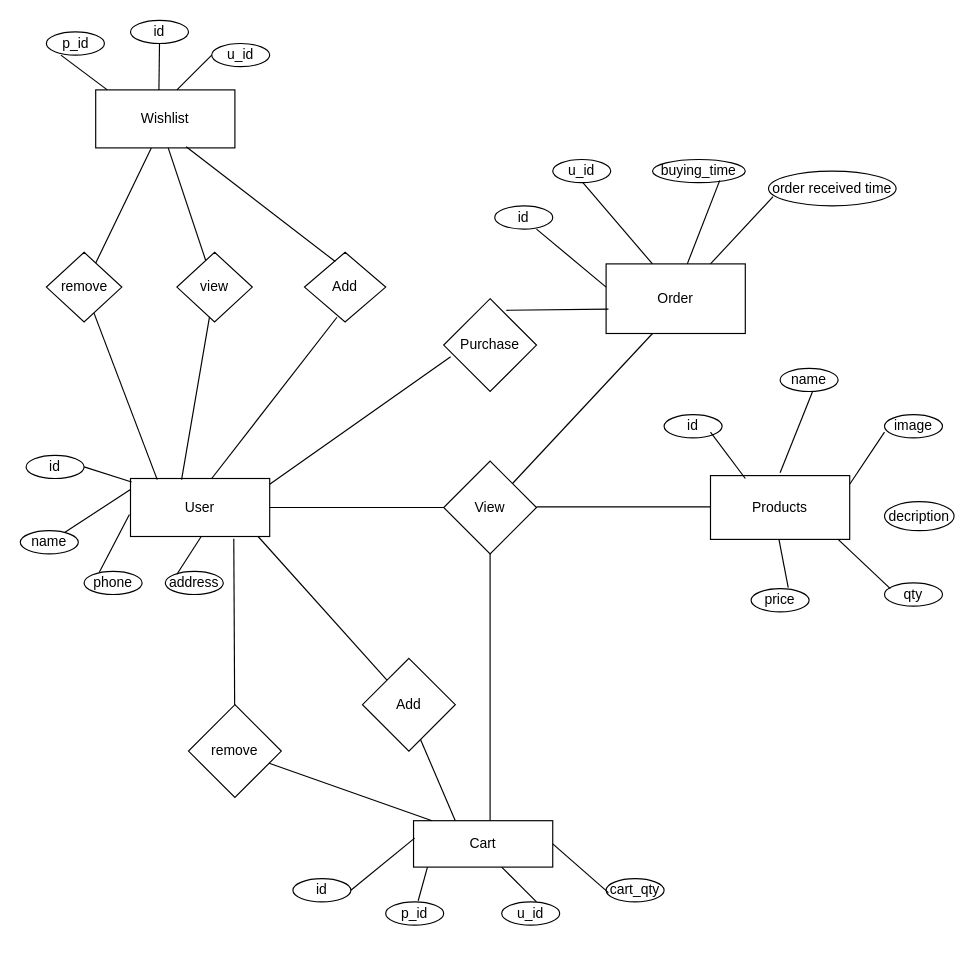
Above: Documentation/diagrams/erd.drawio in bhargav-vagadiya/flowshop (draw.io), before the change. Source tidied: cells renumbered, new cells numbered last; positions are measured from the earlier drawing's top-left corner, leaving out a move shared by most shapes. Both pictures are drawn from the tidied source at 116%, with x=0, y=0 at pixel (20, 20).
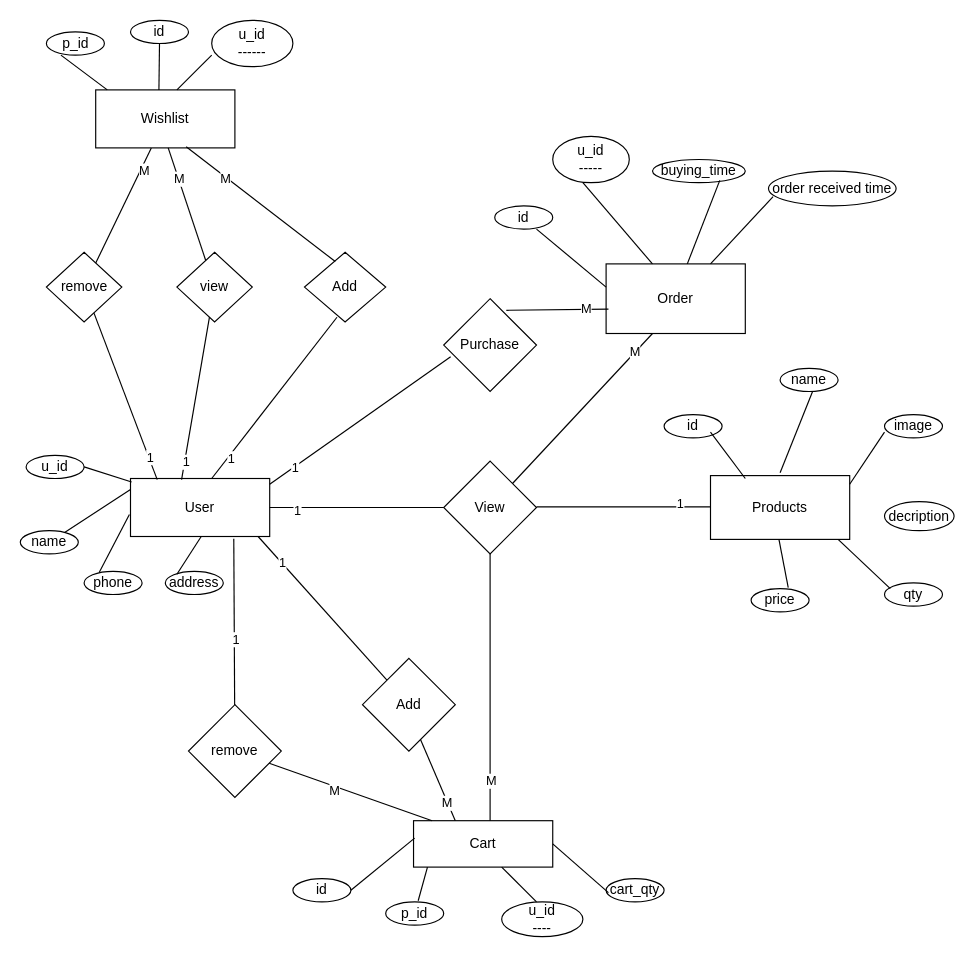
The same diagram, later.

Unchanged cells that the change refers to:
```xml
<mxCell id="5" style="endArrow=none;html=1;rounded=0;entryX=0;entryY=0.5;entryDx=0;entryDy=0;" parent="1" edge="1" target="4">
  <mxGeometry relative="1" as="geometry">
    <mxPoint x="215" y="420" as="sourcePoint" />
  </mxGeometry>
</mxCell>
<mxCell id="6" style="endArrow=none;html=1;rounded=0;entryX=0;entryY=0.5;entryDx=0;entryDy=0;" parent="1" edge="1">
  <mxGeometry relative="1" as="geometry">
    <mxPoint x="445" y="419.5" as="sourcePoint" />
    <mxPoint x="595" y="419.5" as="targetPoint" />
  </mxGeometry>
</mxCell>
<mxCell id="12" style="endArrow=none;html=1;rounded=0;entryX=0.075;entryY=0.625;entryDx=0;entryDy=0;entryPerimeter=0;" parent="1" edge="1" target="11">
  <mxGeometry relative="1" as="geometry">
    <mxPoint x="215" y="400" as="sourcePoint" />
  </mxGeometry>
</mxCell>
<mxCell id="13" style="endArrow=none;html=1;rounded=0;entryX=0.017;entryY=0.65;entryDx=0;entryDy=0;entryPerimeter=0;exitX=0.675;exitY=0.125;exitDx=0;exitDy=0;exitPerimeter=0;" parent="1" edge="1" source="11" target="10">
  <mxGeometry relative="1" as="geometry" />
</mxCell>
<mxCell id="44" style="endArrow=none;html=1;rounded=0;entryX=0.742;entryY=1.04;entryDx=0;entryDy=0;entryPerimeter=0;" parent="1" edge="1" source="43" target="2">
  <mxGeometry relative="1" as="geometry" />
</mxCell>
<mxCell id="45" style="endArrow=none;html=1;rounded=0;" parent="1" edge="1" target="43">
  <mxGeometry relative="1" as="geometry">
    <mxPoint x="355" y="690" as="sourcePoint" />
  </mxGeometry>
</mxCell>
<mxCell id="47" style="endArrow=none;html=1;rounded=0;exitX=0.55;exitY=0;exitDx=0;exitDy=0;exitPerimeter=0;" parent="1" edge="1" source="8">
  <mxGeometry relative="1" as="geometry">
    <mxPoint x="405" y="460" as="targetPoint" />
  </mxGeometry>
</mxCell>
<mxCell id="48" style="endArrow=none;html=1;rounded=0;" parent="1" edge="1" source="7">
  <mxGeometry relative="1" as="geometry">
    <mxPoint x="205" y="445" as="targetPoint" />
  </mxGeometry>
</mxCell>
<mxCell id="49" style="endArrow=none;html=1;rounded=0;" parent="1" edge="1">
  <mxGeometry relative="1" as="geometry">
    <mxPoint x="375" y="690" as="sourcePoint" />
    <mxPoint x="345" y="620" as="targetPoint" />
  </mxGeometry>
</mxCell>
<mxCell id="50" style="endArrow=none;html=1;rounded=0;" parent="1" edge="1" source="4">
  <mxGeometry relative="1" as="geometry">
    <mxPoint x="545" y="270" as="targetPoint" />
  </mxGeometry>
</mxCell>
<mxCell id="52" style="endArrow=none;html=1;rounded=0;entryX=0.4;entryY=0.933;entryDx=0;entryDy=0;entryPerimeter=0;" parent="1" edge="1" target="46">
  <mxGeometry relative="1" as="geometry">
    <mxPoint x="165" y="395" as="sourcePoint" />
  </mxGeometry>
</mxCell>
<mxCell id="53" style="endArrow=none;html=1;rounded=0;exitX=0.367;exitY=0.02;exitDx=0;exitDy=0;exitPerimeter=0;" parent="1" edge="1" source="2" target="51">
  <mxGeometry relative="1" as="geometry" />
</mxCell>
<mxCell id="55" style="endArrow=none;html=1;rounded=0;exitX=0.192;exitY=0.02;exitDx=0;exitDy=0;exitPerimeter=0;" parent="1" edge="1" source="2" target="54">
  <mxGeometry relative="1" as="geometry" />
</mxCell>
<mxCell id="56" style="endArrow=none;html=1;rounded=0;exitX=0.379;exitY=0.133;exitDx=0;exitDy=0;exitPerimeter=0;entryX=0.65;entryY=0.98;entryDx=0;entryDy=0;entryPerimeter=0;" parent="1" edge="1" source="46" target="9">
  <mxGeometry relative="1" as="geometry" />
</mxCell>
<mxCell id="57" style="endArrow=none;html=1;rounded=0;" parent="1" edge="1" source="51">
  <mxGeometry relative="1" as="geometry">
    <mxPoint x="127.5" y="110" as="targetPoint" />
  </mxGeometry>
</mxCell>
<mxCell id="58" style="endArrow=none;html=1;rounded=0;" parent="1" edge="1" source="54" target="9">
  <mxGeometry relative="1" as="geometry" />
</mxCell>
```

The edit, as a diff of the source:
```diff
@@
+    <mxCell id="71" value="1" style="edgeLabel;html=1;align=center;verticalAlign=middle;" parent="5" vertex="1">
+      <mxGeometry x="-0.69" y="-2" relative="1" as="geometry" />
+    </mxCell>
@@
+    <mxCell id="72" value="1" style="edgeLabel;html=1;align=center;verticalAlign=middle;" parent="6" vertex="1">
+      <mxGeometry x="0.64" y="4" relative="1" as="geometry">
+        <mxPoint y="1" as="offset" />
+      </mxGeometry>
+    </mxCell>
@@
+    <mxCell id="73" value="1" style="edgeLabel;html=1;align=center;verticalAlign=middle;" parent="12" vertex="1">
+      <mxGeometry x="-0.73" y="-1" relative="1" as="geometry" />
+    </mxCell>
@@
+    <mxCell id="74" value="M" style="edgeLabel;html=1;align=center;verticalAlign=middle;" parent="13" vertex="1">
+      <mxGeometry x="0.57" y="1" relative="1" as="geometry" />
+    </mxCell>
@@
-    <mxCell id="17" value="id" style="ellipse;whiteSpace=wrap;html=1;rounded=0;" parent="1" vertex="1">
+    <mxCell id="17" value="u_id" style="ellipse;whiteSpace=wrap;html=1;rounded=0;" parent="1" vertex="1">
       <mxGeometry x="5" y="375" width="50" height="20" as="geometry" />
     </mxCell>
@@
-    <mxCell id="22" value="u_id" style="ellipse;whiteSpace=wrap;html=1;" parent="1" vertex="1">
-      <mxGeometry x="459" y="120" width="50" height="20" as="geometry" />
+    <mxCell id="22" value="u_id&lt;br&gt;-----" style="ellipse;whiteSpace=wrap;html=1;" parent="1" vertex="1">
+      <mxGeometry x="459" y="100" width="66" height="40" as="geometry" />
     </mxCell>
@@
-    <mxCell id="31" value="u_id" style="ellipse;whiteSpace=wrap;html=1;" parent="1" vertex="1">
-      <mxGeometry x="165" y="20" width="50" height="20" as="geometry" />
+    <mxCell id="31" value="u_id&lt;br&gt;------" style="ellipse;whiteSpace=wrap;html=1;" parent="1" vertex="1">
+      <mxGeometry x="165" width="70" height="40" as="geometry" />
     </mxCell>
@@
-    <mxCell id="35" value="u_id" style="ellipse;whiteSpace=wrap;html=1;" parent="1" vertex="1">
-      <mxGeometry x="415" y="760" width="50" height="20" as="geometry" />
+    <mxCell id="35" value="u_id&lt;br&gt;----" style="ellipse;whiteSpace=wrap;html=1;" parent="1" vertex="1">
+      <mxGeometry x="415" y="760" width="70" height="30" as="geometry" />
     </mxCell>
@@
+    <mxCell id="75" value="1" style="edgeLabel;html=1;align=center;verticalAlign=middle;" parent="44" vertex="1">
+      <mxGeometry x="-0.21" y="-1" relative="1" as="geometry" />
+    </mxCell>
@@
+    <mxCell id="76" value="M" style="edgeLabel;html=1;align=center;verticalAlign=middle;" parent="45" vertex="1">
+      <mxGeometry x="0.2" y="3" relative="1" as="geometry" />
+    </mxCell>
@@
+    <mxCell id="77" value="M" style="edgeLabel;html=1;align=center;verticalAlign=middle;" parent="47" vertex="1">
+      <mxGeometry x="-0.7" relative="1" as="geometry" />
+    </mxCell>
@@
+    <mxCell id="78" value="1" style="edgeLabel;html=1;align=center;verticalAlign=middle;" parent="48" vertex="1">
+      <mxGeometry x="0.63" relative="1" as="geometry" />
+    </mxCell>
@@
+    <mxCell id="79" value="M" style="edgeLabel;html=1;align=center;verticalAlign=middle;" parent="49" vertex="1">
+      <mxGeometry x="-0.56" y="1" relative="1" as="geometry" />
+    </mxCell>
@@
+    <mxCell id="80" value="M" style="edgeLabel;html=1;align=center;verticalAlign=middle;" parent="50" vertex="1">
+      <mxGeometry x="0.75" y="1" relative="1" as="geometry" />
+    </mxCell>
@@
+    <mxCell id="81" value="1" style="edgeLabel;html=1;align=center;verticalAlign=middle;" parent="52" vertex="1">
+      <mxGeometry x="-0.72" y="-2" relative="1" as="geometry">
+        <mxPoint y="1" as="offset" />
+      </mxGeometry>
+    </mxCell>
@@
+    <mxCell id="82" value="1" style="edgeLabel;html=1;align=center;verticalAlign=middle;" parent="53" vertex="1">
+      <mxGeometry x="-0.77" y="-1" relative="1" as="geometry" />
+    </mxCell>
@@
+    <mxCell id="83" value="1" style="edgeLabel;html=1;align=center;verticalAlign=middle;" parent="55" vertex="1">
+      <mxGeometry x="-0.74" y="-1" relative="1" as="geometry" />
+    </mxCell>
@@
+    <mxCell id="84" value="M" style="edgeLabel;html=1;align=center;verticalAlign=middle;" parent="56" vertex="1">
+      <mxGeometry x="0.47" y="2" relative="1" as="geometry" />
+    </mxCell>
@@
+    <mxCell id="85" value="M" style="edgeLabel;html=1;align=center;verticalAlign=middle;" parent="57" vertex="1">
+      <mxGeometry x="0.45" relative="1" as="geometry" />
+    </mxCell>
@@
+    <mxCell id="86" value="M" style="edgeLabel;html=1;align=center;verticalAlign=middle;" parent="58" vertex="1">
+      <mxGeometry x="0.63" y="-3" relative="1" as="geometry" />
+    </mxCell>
```
